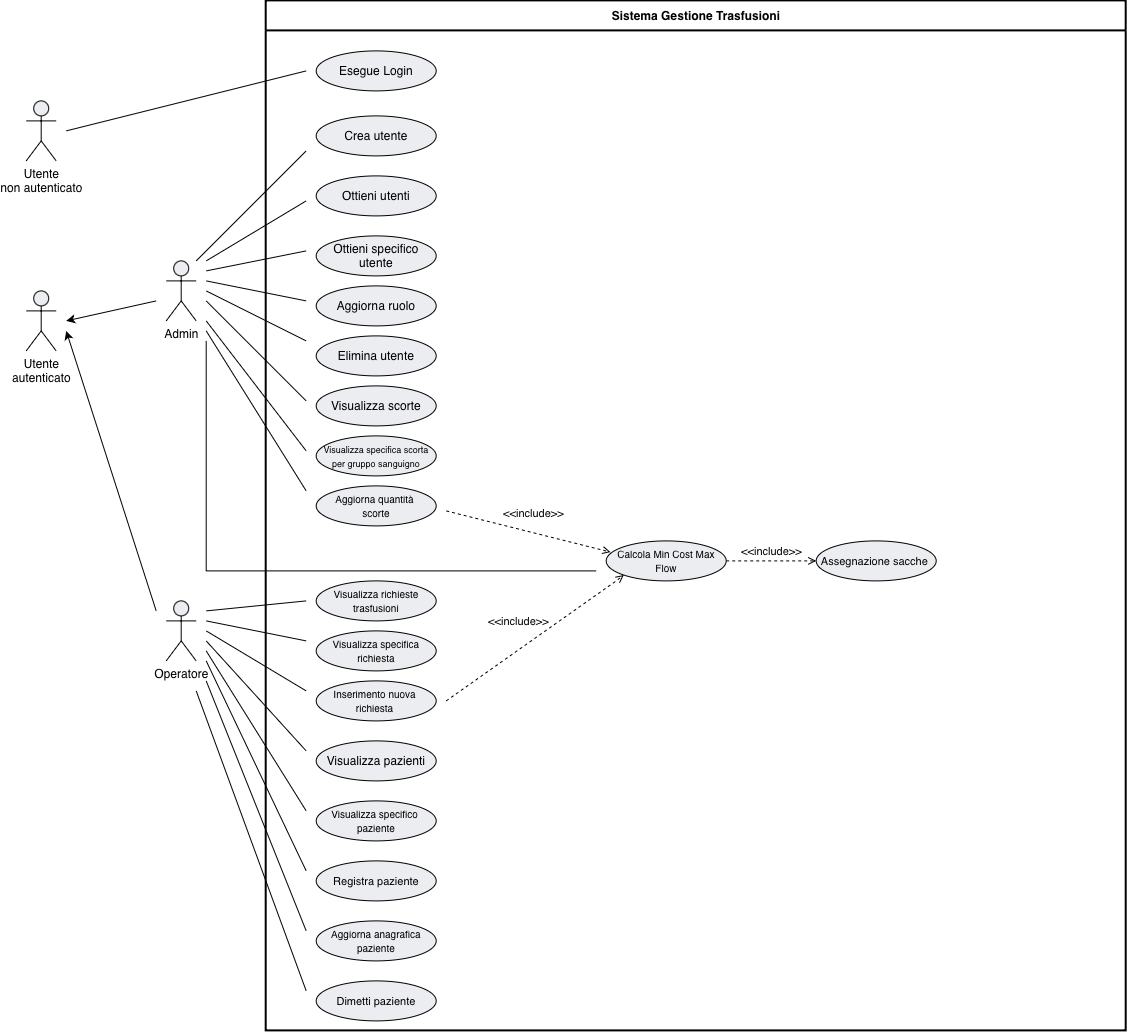
Above: docs/Diagramma_casi_uso.drawio.png in antoniodam03/ProgettoProgrammazioneAvanzata (draw.io), before the change. Source tidied: cells renumbered, new cells last; positions are measured from the earlier drawing's top-left corner, leaving out a move shared by most shapes.
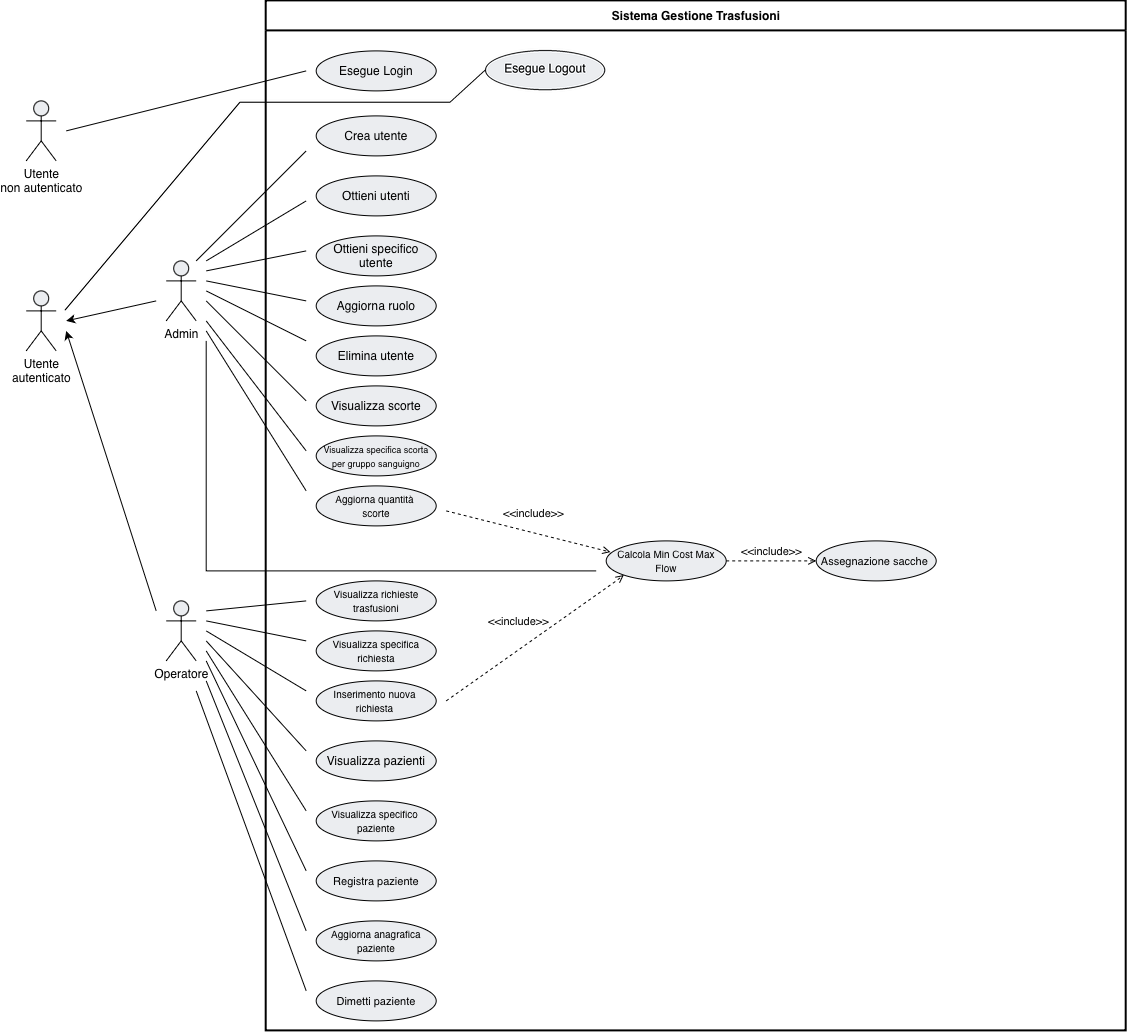
Above is the later version.

Commit message:
Aggiornamento diagramma casi uso: logout

Diff of the diagram source:
```diff
@@ -210,5 +210,16 @@
         <mxPoint x="180" y="340" as="targetPoint" />
       </mxGeometry>
     </mxCell>
+    <mxCell id="49" value="&lt;font face=&quot;Helvetica&quot;&gt;Esegue Logout&lt;/font&gt;" style="ellipse;whiteSpace=wrap;html=1;fillColor=#EBEDF0;strokeColor=#000000;" parent="2" vertex="1">
+      <mxGeometry x="220" y="50" width="120" height="40" as="geometry" />
+    </mxCell>
+    <mxCell id="50" style="endArrow=none;html=1;rounded=0;" parent="1" edge="1" source="5" target="49">
+      <mxGeometry relative="1" as="geometry">
+        <Array as="points">
+          <mxPoint x="215" y="102" />
+          <mxPoint x="425" y="102" />
+        </Array>
+      </mxGeometry>
+    </mxCell>
   </root>
 </mxGraphModel>
```
